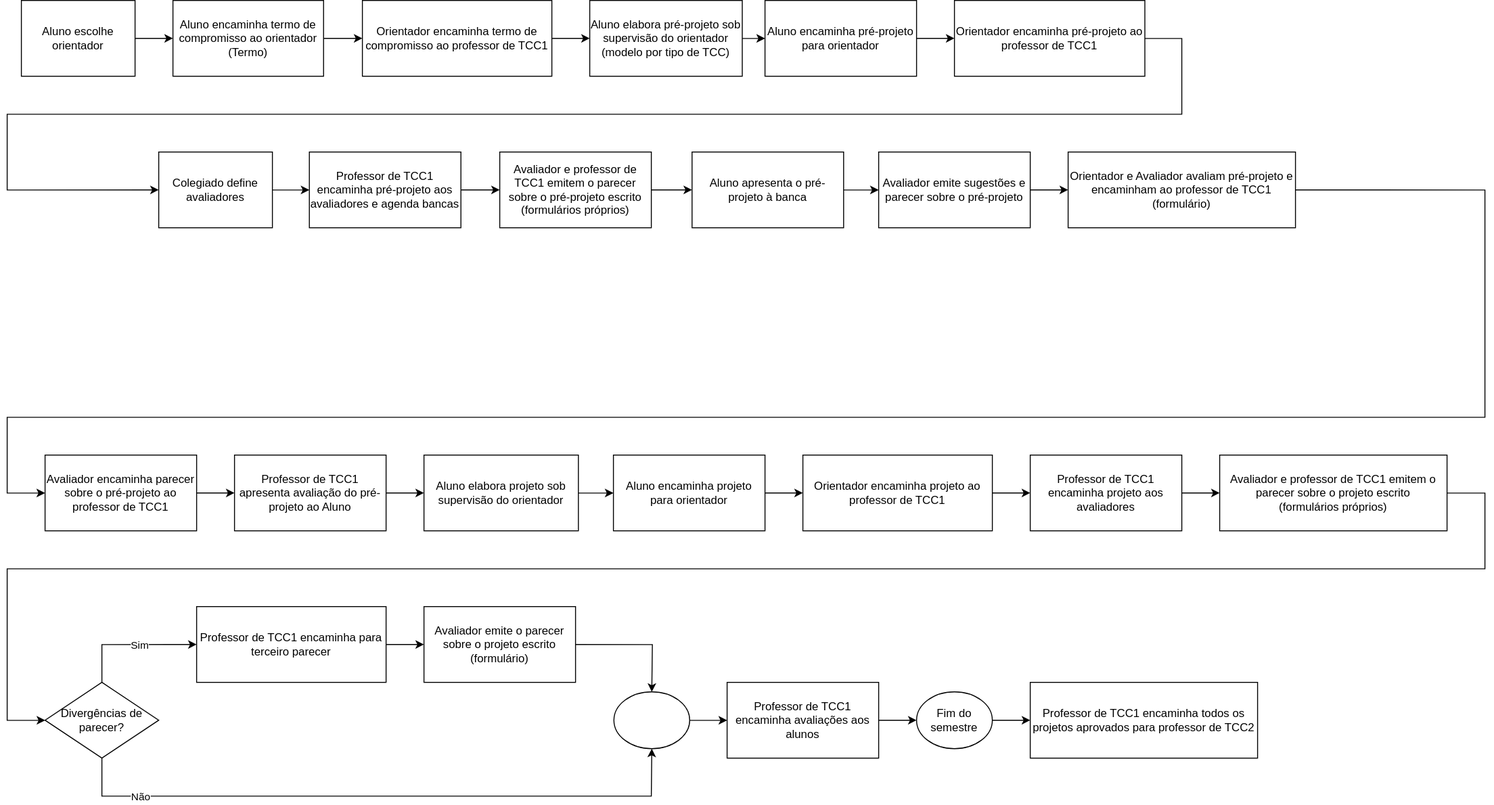
The draw.io diagram _BCC/Cronogramas/cronogramaFluxograma.drawio.svg in dalton-reis/disciplina_TCC1_2024_2, before a commit. Source tidied: cells renumbered, new cells last; positions are measured from the earlier drawing's top-left corner, leaving out a move shared by most shapes.
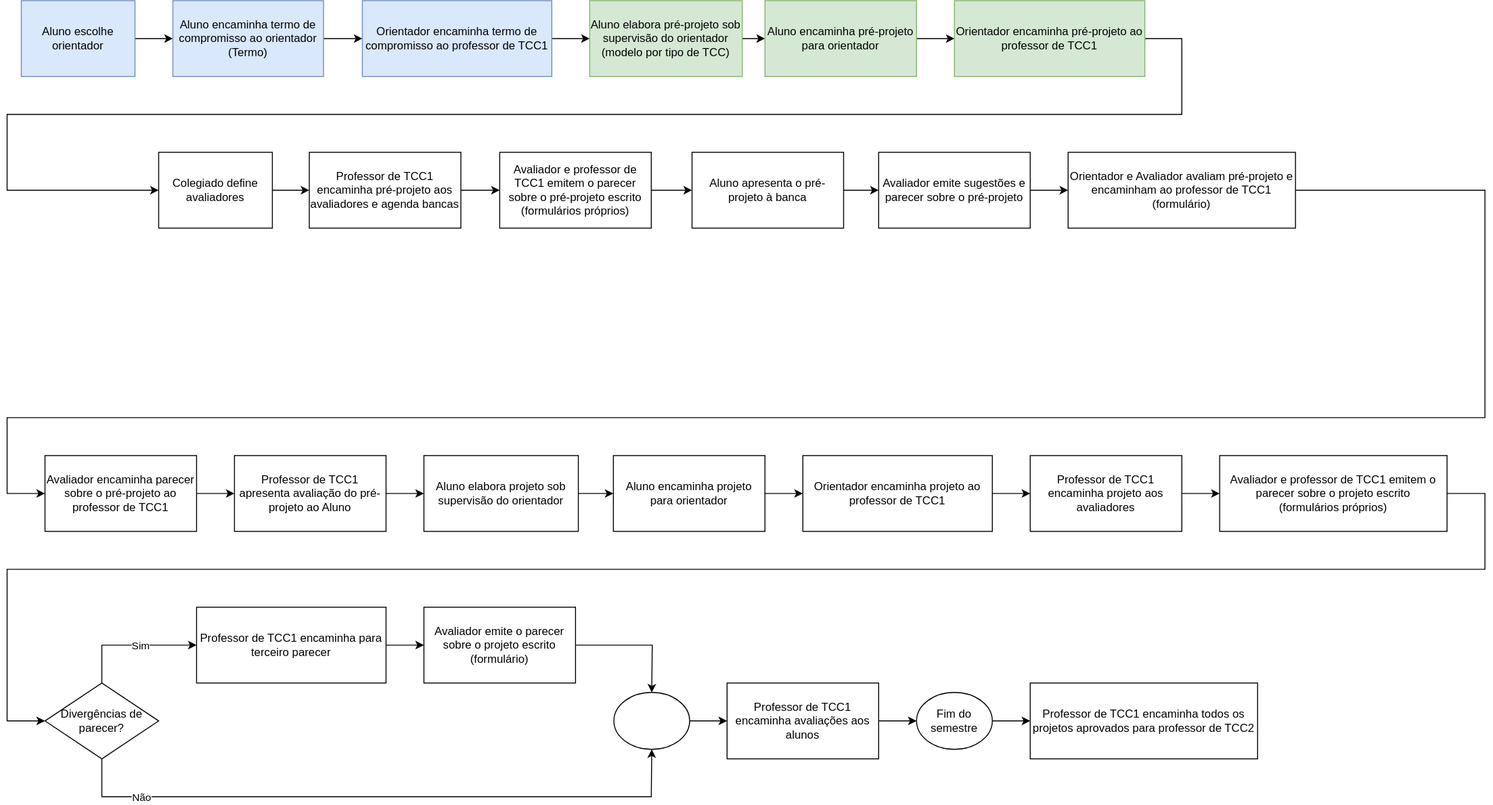
The same diagram one commit later.

What changed in the source:
```diff
@@ -5,31 +5,31 @@
     <mxCell id="2" style="edgeStyle=orthogonalEdgeStyle;rounded=0;jettySize=auto;html=1;fontColor=#000000;" parent="1" edge="1" source="3" target="5">
       <mxGeometry relative="1" as="geometry" />
     </mxCell>
-    <mxCell id="3" value="Aluno escolhe orientador" style="whiteSpace=wrap;html=1;" parent="1" vertex="1">
+    <mxCell id="3" value="Aluno escolhe orientador" style="whiteSpace=wrap;html=1;fillColor=#dae8fc;strokeColor=#6c8ebf;" parent="1" vertex="1">
       <mxGeometry x="15" width="120" height="80" as="geometry" />
     </mxCell>
     <mxCell id="4" style="edgeStyle=orthogonalEdgeStyle;rounded=0;jettySize=auto;html=1;fontColor=#000000;" parent="1" edge="1" source="5" target="7">
       <mxGeometry relative="1" as="geometry" />
     </mxCell>
-    <mxCell id="5" value="Aluno encaminha termo de compromisso ao orientador&lt;br&gt;(Termo)" style="whiteSpace=wrap;html=1;" parent="1" vertex="1">
+    <mxCell id="5" value="Aluno encaminha termo de compromisso ao orientador&lt;br&gt;(Termo)" style="whiteSpace=wrap;html=1;fillColor=#dae8fc;strokeColor=#6c8ebf;" parent="1" vertex="1">
       <mxGeometry x="175" width="159" height="80" as="geometry" />
     </mxCell>
     <mxCell id="6" style="edgeStyle=orthogonalEdgeStyle;rounded=0;jettySize=auto;html=1;fontColor=#000000;" parent="1" edge="1" source="7" target="9">
       <mxGeometry relative="1" as="geometry" />
     </mxCell>
-    <mxCell id="7" value="Orientador encaminha termo de compromisso ao professor de TCC1" style="whiteSpace=wrap;html=1;" parent="1" vertex="1">
+    <mxCell id="7" value="Orientador encaminha termo de compromisso ao professor de TCC1" style="whiteSpace=wrap;html=1;fillColor=#dae8fc;strokeColor=#6c8ebf;" parent="1" vertex="1">
       <mxGeometry x="375" width="200" height="80" as="geometry" />
     </mxCell>
     <mxCell id="8" style="edgeStyle=orthogonalEdgeStyle;rounded=0;jettySize=auto;html=1;fontColor=#000000;" parent="1" edge="1" source="9" target="11">
       <mxGeometry relative="1" as="geometry" />
     </mxCell>
-    <mxCell id="9" value="Aluno elabora pré-projeto sob supervisão do orientador&lt;br&gt;(modelo por tipo de TCC)" style="whiteSpace=wrap;html=1;" parent="1" vertex="1">
+    <mxCell id="9" value="Aluno elabora pré-projeto sob supervisão do orientador&lt;br&gt;(modelo por tipo de TCC)" style="whiteSpace=wrap;html=1;fillColor=#d5e8d4;strokeColor=#82b366;" parent="1" vertex="1">
       <mxGeometry x="615" width="161" height="80" as="geometry" />
     </mxCell>
     <mxCell id="10" style="edgeStyle=orthogonalEdgeStyle;rounded=0;jettySize=auto;html=1;fontColor=#000000;" parent="1" edge="1" source="11" target="13">
       <mxGeometry relative="1" as="geometry" />
     </mxCell>
-    <mxCell id="11" value="Aluno encaminha pré-projeto para orientador" style="whiteSpace=wrap;html=1;" parent="1" vertex="1">
+    <mxCell id="11" value="Aluno encaminha pré-projeto para orientador" style="whiteSpace=wrap;html=1;fillColor=#d5e8d4;strokeColor=#82b366;" parent="1" vertex="1">
       <mxGeometry x="800" width="160" height="80" as="geometry" />
     </mxCell>
     <mxCell id="12" style="edgeStyle=orthogonalEdgeStyle;rounded=0;jettySize=auto;html=1;fontColor=#000000;entryX=0;entryY=0.5;entryDx=0;entryDy=0;" parent="1" edge="1" source="13" target="15">
@@ -42,7 +42,7 @@
         </Array>
       </mxGeometry>
     </mxCell>
-    <mxCell id="13" value="Orientador encaminha pré-projeto ao professor de TCC1" style="whiteSpace=wrap;html=1;" parent="1" vertex="1">
+    <mxCell id="13" value="Orientador encaminha pré-projeto ao professor de TCC1" style="whiteSpace=wrap;html=1;fillColor=#d5e8d4;strokeColor=#82b366;" parent="1" vertex="1">
       <mxGeometry x="1000" width="201" height="80" as="geometry" />
     </mxCell>
     <mxCell id="14" style="edgeStyle=orthogonalEdgeStyle;rounded=0;jettySize=auto;html=1;fontColor=#000000;" parent="1" edge="1" source="15" target="18">
```
